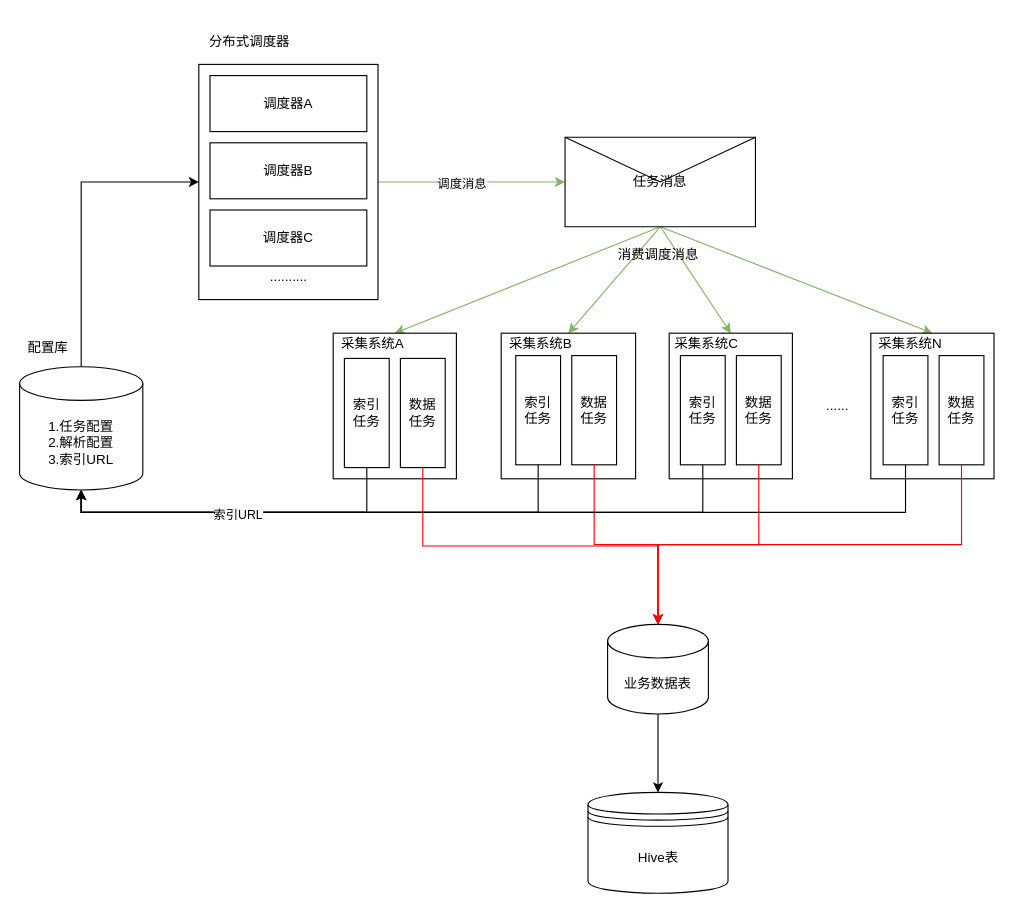
Above: Untitled Diagram.drawio in xiaohutushen30/xiaohutushen30-draw (draw.io), before the change. Source tidied: cells renumbered, new cells numbered last; positions are measured from the earlier drawing's top-left corner, leaving out a move shared by most shapes. Both pictures are drawn from the tidied source at 112%, with x=0, y=0 at pixel (19, 30).
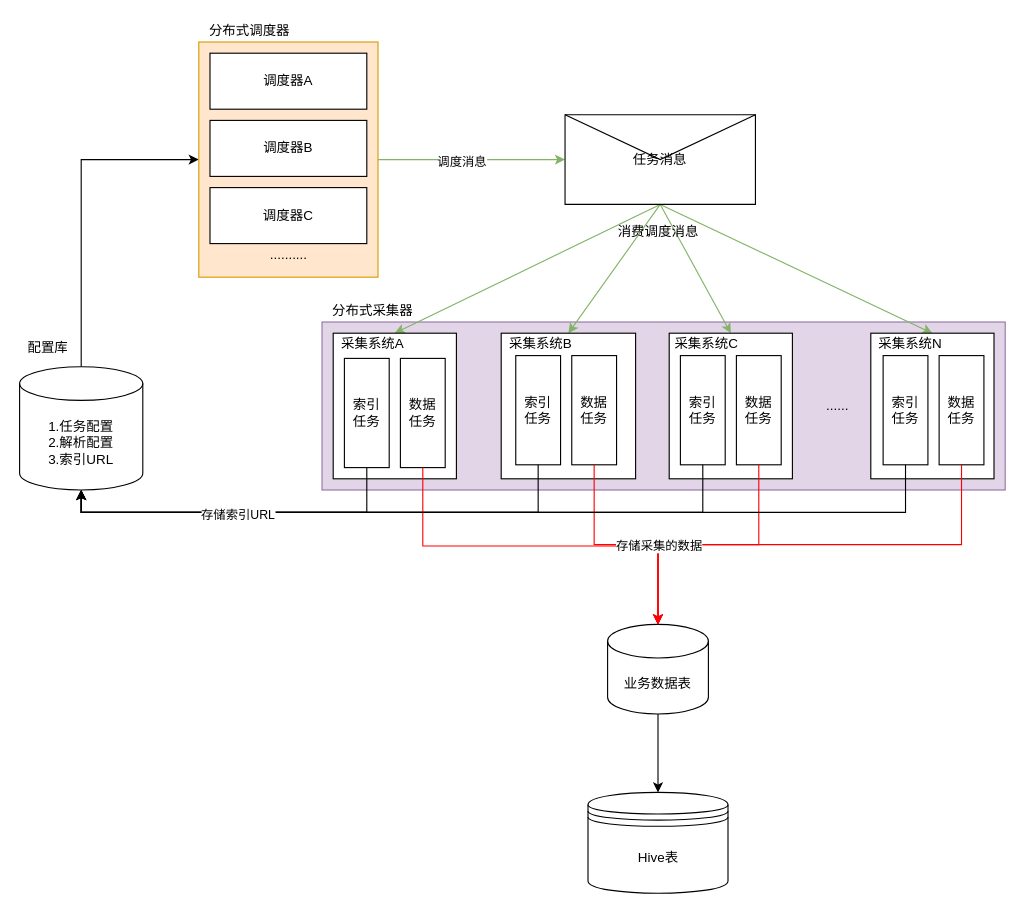
Above is the later version.

The change refers to these unchanged cells:
```xml
<mxCell id="49" style="edgeStyle=orthogonalEdgeStyle;rounded=0;jettySize=auto;html=1;exitX=0.5;exitY=1;exitDx=0;exitDy=0;entryX=0.5;entryY=0;entryDx=0;entryDy=0;entryPerimeter=0;strokeColor=#FF0000;" parent="1" edge="1" source="42" target="25">
  <mxGeometry relative="1" as="geometry" />
</mxCell>
<mxCell id="50" style="edgeStyle=orthogonalEdgeStyle;rounded=0;jettySize=auto;html=1;exitX=0.5;exitY=1;exitDx=0;exitDy=0;entryX=0.5;entryY=1;entryDx=0;entryDy=0;entryPerimeter=0;strokeColor=#000000;" parent="1" edge="1" source="41" target="3">
  <mxGeometry relative="1" as="geometry" />
</mxCell>
```

What changed in the source:
```diff
@@
+    <mxCell id="52" style="rounded=0;whiteSpace=wrap;html=1;fillColor=#e1d5e7;strokeColor=#9673a6;" parent="1" vertex="1">
+      <mxGeometry x="270" y="260" width="610" height="150" as="geometry" />
+    </mxCell>
@@
-    <mxCell id="7" style="rounded=0;whiteSpace=wrap;html=1;" parent="1" vertex="1">
-      <mxGeometry x="160" y="30" width="160" height="210" as="geometry" />
+    <mxCell id="7" style="rounded=0;whiteSpace=wrap;html=1;fillColor=#ffe6cc;strokeColor=#d79b00;" parent="1" vertex="1">
+      <mxGeometry x="160" y="10" width="160" height="210" as="geometry" />
     </mxCell>
     <mxCell id="8" value="分布式调度器" style="text;html=1;align=center;verticalAlign=middle;strokeColor=none;fillColor=none;" parent="1" vertex="1">
-      <mxGeometry x="160" width="90" height="20" as="geometry" />
+      <mxGeometry x="160" y="-10" width="90" height="20" as="geometry" />
     </mxCell>
     <mxCell id="9" value="调度器A" style="rounded=0;whiteSpace=wrap;html=1;" parent="1" vertex="1">
-      <mxGeometry x="170" y="40" width="140" height="50" as="geometry" />
+      <mxGeometry x="170" y="20" width="140" height="50" as="geometry" />
     </mxCell>
     <mxCell id="10" value="&lt;span&gt;调度器B&lt;/span&gt;" style="rounded=0;whiteSpace=wrap;html=1;" parent="1" vertex="1">
-      <mxGeometry x="170" y="100" width="140" height="50" as="geometry" />
+      <mxGeometry x="170" y="80" width="140" height="50" as="geometry" />
     </mxCell>
     <mxCell id="11" value="&lt;span&gt;调度器C&lt;/span&gt;" style="rounded=0;whiteSpace=wrap;html=1;" parent="1" vertex="1">
-      <mxGeometry x="170" y="160" width="140" height="50" as="geometry" />
+      <mxGeometry x="170" y="140" width="140" height="50" as="geometry" />
     </mxCell>
     <mxCell id="12" value=".........." style="text;html=1;align=center;verticalAlign=middle;strokeColor=none;fillColor=none;" parent="1" vertex="1">
-      <mxGeometry x="215" y="210" width="50" height="20" as="geometry" />
+      <mxGeometry x="215" y="190" width="50" height="20" as="geometry" />
     </mxCell>
@@
     <mxCell id="17" value="任务消息" style="shape=message;html=1;whiteSpace=wrap;html=1;outlineConnect=0;" parent="1" vertex="1">
-      <mxGeometry x="487" y="95" width="170" height="80" as="geometry" />
+      <mxGeometry x="487" y="75" width="170" height="80" as="geometry" />
     </mxCell>
@@
     <mxCell id="23" value="消费调度消息" style="text;html=1;align=center;verticalAlign=middle;strokeColor=none;fillColor=none;" parent="1" vertex="1">
-      <mxGeometry x="525" y="190" width="90" height="20" as="geometry" />
+      <mxGeometry x="525" y="170" width="90" height="20" as="geometry" />
     </mxCell>
@@
+    <mxCell id="53" value="存储采集的数据" style="edgeLabel;html=1;align=center;verticalAlign=middle;" parent="49" vertex="1">
+      <mxGeometry x="0.66" relative="1" as="geometry" />
+    </mxCell>
@@
-    <mxCell id="51" value="索引URL" style="edgeLabel;html=1;align=center;verticalAlign=middle;" parent="50" vertex="1">
+    <mxCell id="51" value="存储索引URL" style="edgeLabel;html=1;align=center;verticalAlign=middle;" parent="50" vertex="1">
       <mxGeometry x="0.6" y="1" relative="1" as="geometry" />
     </mxCell>
+    <mxCell id="54" value="分布式采集器" style="text;html=1;align=center;verticalAlign=middle;strokeColor=none;fillColor=none;" parent="1" vertex="1">
+      <mxGeometry x="270" y="240" width="90" height="20" as="geometry" />
+    </mxCell>
```
